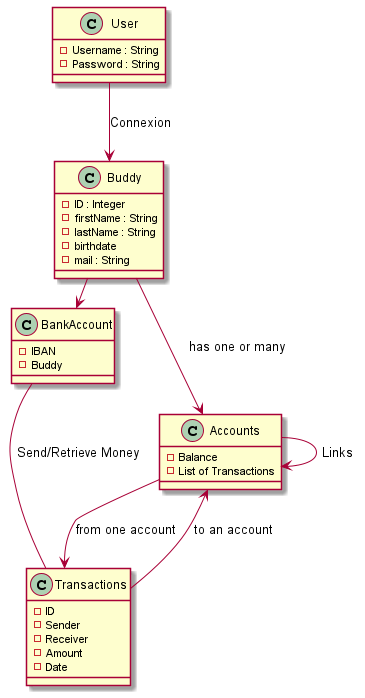
Before: UML PayMyBuddy.png, a diagram exported from PlantUML (Draflo/PayMyBuddy).
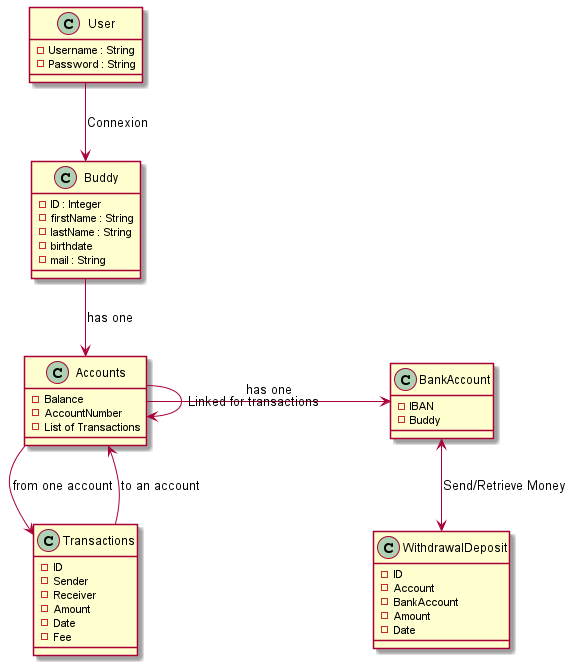
Later version of the same file.

The edit, as a diff of the source:
```diff
@@ -12,6 +12,7 @@
 }
 class Accounts {
 -Balance
+-AccountNumber
 -List of Transactions
 }
 class BankAccount {
@@ -24,13 +25,21 @@
 -Receiver
 -Amount
 -Date
+-Fee
+}
+class WithdrawalDeposit {
+-ID
+-Account
+-BankAccount
+-Amount
+-Date
 }
 
 User --> Buddy : Connexion
-Buddy --> Accounts : has one or many
-Buddy -> BankAccount : has one or many
+Buddy --> Accounts : has one
+Accounts -> BankAccount : has one
 Accounts --> Transactions : from one account
 Accounts <-- Transactions : to an account
-Accounts -> Accounts : Links
-BankAccount -- Transactions : Send/Retrieve Money
+Accounts -> Accounts : Linked for transactions
+BankAccount <--> WithdrawalDeposit : Send/Retrieve Money
 @enduml
```
